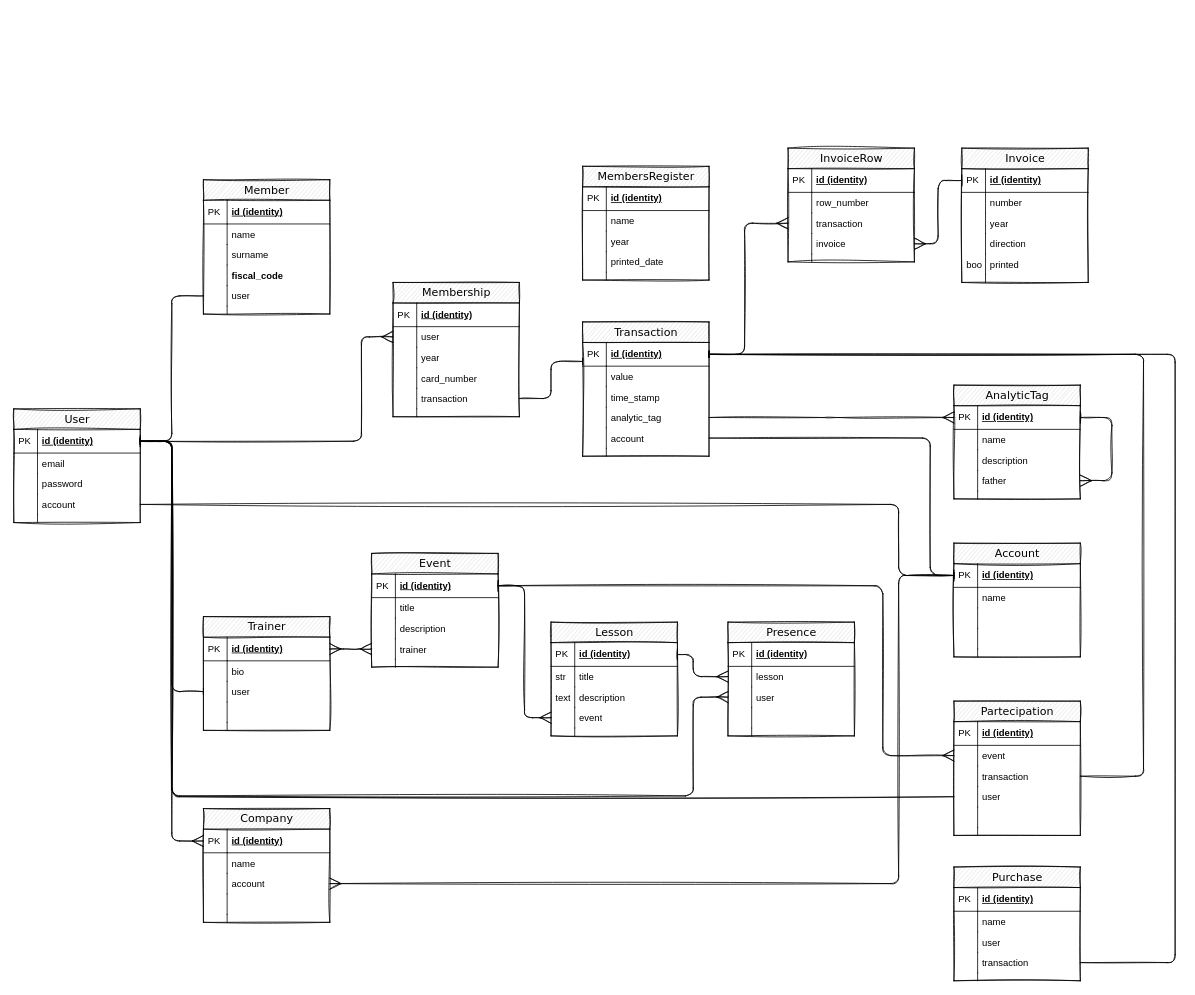
ConoscereLinux/asso-django keeps this draw.io diagram as doc/asso-er.drawio. Above is the earlier version. Source tidied: cells renumbered, new cells numbered last; positions are measured from the earlier drawing's top-left corner, leaving out a move shared by most shapes. Both pictures are drawn from the tidied source at 79%, with x=0, y=0 at pixel (13, 148).
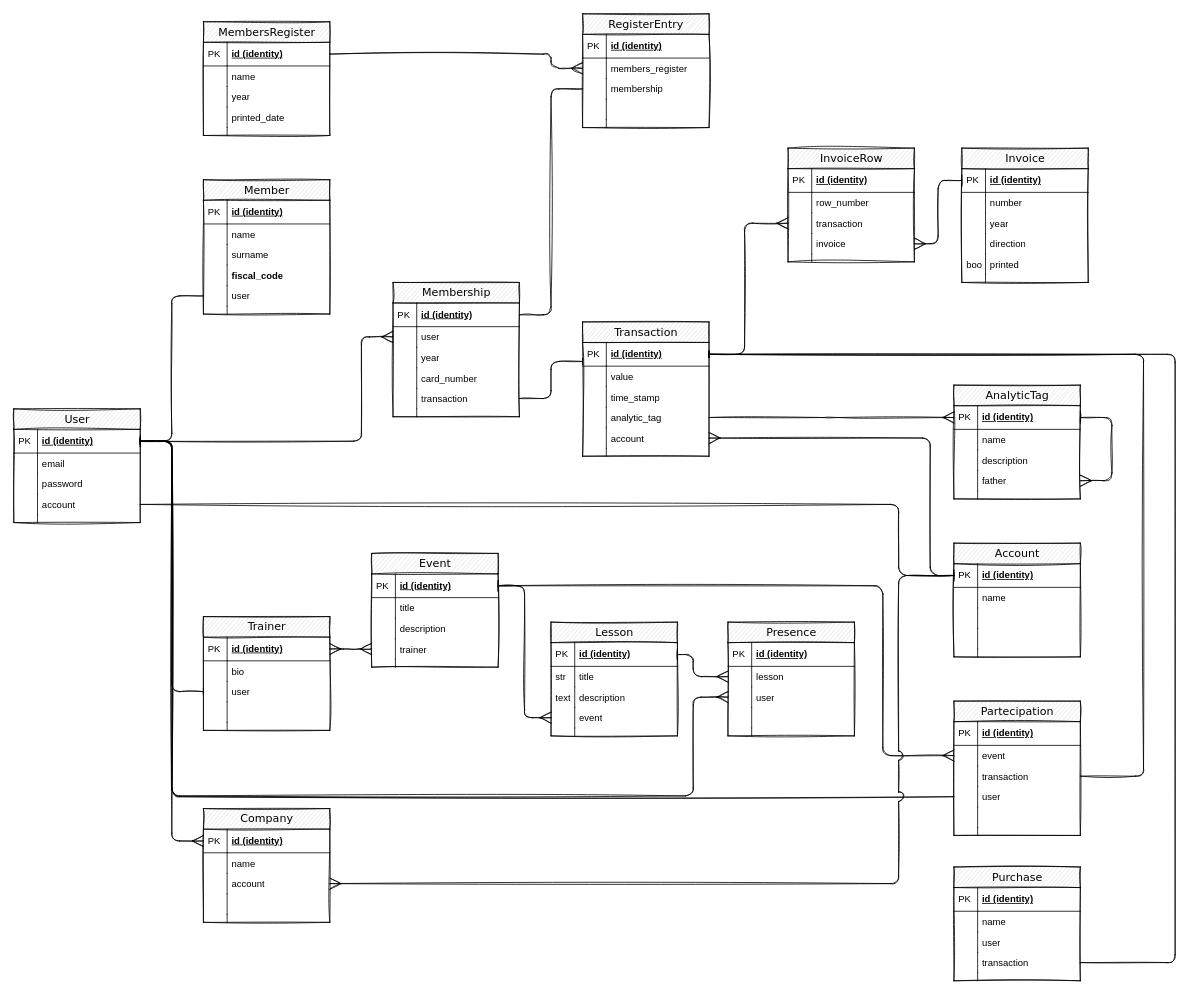
Above is the later version.

Commit message:
Formalizzato un po' meglio il registro dei soci

Unchanged cells that the change refers to:
```xml
<mxCell id="28" value="id (identity)" style="shape=partialRectangle;top=0;left=0;right=0;bottom=1;html=1;align=left;verticalAlign=middle;fillColor=none;spacingLeft=34;spacingRight=4;whiteSpace=wrap;overflow=hidden;points=[[0,0.5],[1,0.5]];portConstraint=eastwest;fontStyle=5;" parent="27" vertex="1">
  <mxGeometry y="26" width="160" height="30" as="geometry" />
</mxCell>
<mxCell id="50" value="account" style="shape=partialRectangle;top=0;left=0;right=0;bottom=0;html=1;align=left;verticalAlign=top;fillColor=none;spacingLeft=34;spacingRight=4;whiteSpace=wrap;overflow=hidden;points=[[0,0.5],[1,0.5]];portConstraint=eastwest;" parent="41" vertex="1">
  <mxGeometry y="134" width="160" height="26" as="geometry" />
</mxCell>
<mxCell id="121" value="id (identity)" style="shape=partialRectangle;top=0;left=0;right=0;bottom=1;html=1;align=left;verticalAlign=middle;fillColor=none;spacingLeft=34;spacingRight=4;whiteSpace=wrap;overflow=hidden;points=[[0,0.5],[1,0.5]];portConstraint=eastwest;fontStyle=5;" parent="120" vertex="1">
  <mxGeometry y="26" width="160" height="30" as="geometry" />
</mxCell>
<mxCell id="134" value="id (identity)" style="shape=partialRectangle;top=0;left=0;right=0;bottom=1;html=1;align=left;verticalAlign=middle;fillColor=none;spacingLeft=34;spacingRight=4;whiteSpace=wrap;overflow=hidden;points=[[0,0.5],[1,0.5]];portConstraint=eastwest;fontStyle=5;" parent="133" vertex="1">
  <mxGeometry y="26" width="160" height="30" as="geometry" />
</mxCell>
<mxCell id="200" value="account" style="shape=partialRectangle;top=0;left=0;right=0;bottom=0;html=1;align=left;verticalAlign=top;fillColor=none;spacingLeft=34;spacingRight=4;whiteSpace=wrap;overflow=hidden;points=[[0,0.5],[1,0.5]];portConstraint=eastwest;" parent="195" vertex="1">
  <mxGeometry y="82" width="160" height="26" as="geometry" />
</mxCell>
```

What changed in the source:
```diff
@@
-    <mxCell id="131" style="edgeStyle=orthogonalEdgeStyle;rounded=1;jettySize=auto;html=1;sketch=1;endArrow=baseDash;endFill=0;" parent="1" edge="1" source="50" target="121">
+    <mxCell id="131" style="edgeStyle=orthogonalEdgeStyle;rounded=1;jettySize=auto;html=1;sketch=1;endArrow=none;endFill=0;startArrow=ERmany;startFill=0;jumpStyle=none;endSize=12;startSize=12;" parent="1" edge="1" source="50" target="121">
       <mxGeometry relative="1" as="geometry">
         <Array as="points">
           <mxPoint x="1160" y="367" />
           <mxPoint x="1160" y="541" />
         </Array>
       </mxGeometry>
     </mxCell>
@@
     <mxCell id="133" value="MembersRegister" style="swimlane;html=1;fontStyle=0;horizontal=1;startSize=26;fillColor=#e0e0e0;swimlaneFillColor=#ffffff;align=center;rounded=0;shadow=0;comic=0;labelBackgroundColor=none;strokeWidth=1;fontFamily=Verdana;fontSize=14;sketch=1;" parent="1" vertex="1">
-      <mxGeometry x="720" y="23" width="160" height="144" as="geometry" />
+      <mxGeometry x="240" y="-160" width="160" height="144" as="geometry" />
     </mxCell>
@@
-    <mxCell id="207" style="edgeStyle=orthogonalEdgeStyle;rounded=1;sketch=1;jettySize=auto;html=1;startArrow=ERmany;startFill=0;endArrow=baseDash;endFill=0;endSize=12;startSize=12;" parent="1" edge="1" source="200" target="121">
+    <mxCell id="207" style="edgeStyle=orthogonalEdgeStyle;rounded=1;sketch=1;jettySize=auto;html=1;startArrow=ERmany;startFill=0;endArrow=baseDash;endFill=0;endSize=12;startSize=12;jumpStyle=arc;jumpSize=12;" parent="1" edge="1" source="200" target="121">
       <mxGeometry relative="1" as="geometry">
         <Array as="points">
           <mxPoint x="1120" y="931" />
           <mxPoint x="1120" y="541" />
         </Array>
       </mxGeometry>
     </mxCell>
+    <mxCell id="208" value="RegisterEntry" style="swimlane;html=1;fontStyle=0;horizontal=1;startSize=26;fillColor=#e0e0e0;swimlaneFillColor=#ffffff;align=center;rounded=0;shadow=0;comic=0;labelBackgroundColor=none;strokeWidth=1;fontFamily=Verdana;fontSize=14;sketch=1;" parent="1" vertex="1">
+      <mxGeometry x="720" y="-170" width="160" height="144" as="geometry" />
+    </mxCell>
+    <mxCell id="209" value="id (identity)" style="shape=partialRectangle;top=0;left=0;right=0;bottom=1;html=1;align=left;verticalAlign=middle;fillColor=none;spacingLeft=34;spacingRight=4;whiteSpace=wrap;overflow=hidden;fontStyle=5;" parent="208" vertex="1">
+      <mxGeometry y="26" width="160" height="30" as="geometry" />
+    </mxCell>
+    <mxCell id="210" value="PK" style="shape=partialRectangle;top=0;left=0;bottom=0;html=1;fillColor=none;align=left;verticalAlign=middle;spacingLeft=4;spacingRight=4;whiteSpace=wrap;overflow=hidden;" parent="209" vertex="1">
+      <mxGeometry width="30" height="30" as="geometry" />
+    </mxCell>
+    <mxCell id="211" value="members_register" style="shape=partialRectangle;top=0;left=0;right=0;bottom=0;html=1;align=left;verticalAlign=top;fillColor=none;spacingLeft=34;spacingRight=4;whiteSpace=wrap;overflow=hidden;points=[[0,0.5],[1,0.5]];portConstraint=eastwest;" parent="208" vertex="1">
+      <mxGeometry y="56" width="160" height="26" as="geometry" />
+    </mxCell>
+    <mxCell id="212" style="shape=partialRectangle;top=0;left=0;bottom=0;html=1;fillColor=none;align=left;verticalAlign=top;spacingLeft=4;spacingRight=4;whiteSpace=wrap;overflow=hidden;" parent="211" vertex="1">
+      <mxGeometry width="30" height="26" as="geometry" />
+    </mxCell>
+    <mxCell id="213" value="membership" style="shape=partialRectangle;top=0;left=0;right=0;bottom=0;html=1;align=left;verticalAlign=top;fillColor=none;spacingLeft=34;spacingRight=4;whiteSpace=wrap;overflow=hidden;points=[[0,0.5],[1,0.5]];portConstraint=eastwest;" parent="208" vertex="1">
+      <mxGeometry y="82" width="160" height="26" as="geometry" />
+    </mxCell>
+    <mxCell id="214" style="shape=partialRectangle;top=0;left=0;bottom=0;html=1;fillColor=none;align=left;verticalAlign=top;spacingLeft=4;spacingRight=4;whiteSpace=wrap;overflow=hidden;" parent="213" vertex="1">
+      <mxGeometry width="30" height="26" as="geometry" />
+    </mxCell>
+    <mxCell id="215" style="shape=partialRectangle;top=0;left=0;right=0;bottom=0;html=1;align=left;verticalAlign=top;fillColor=none;spacingLeft=34;spacingRight=4;whiteSpace=wrap;overflow=hidden;" parent="208" vertex="1">
+      <mxGeometry y="108" width="160" height="26" as="geometry" />
+    </mxCell>
+    <mxCell id="216" style="shape=partialRectangle;top=0;left=0;bottom=0;html=1;fillColor=none;align=left;verticalAlign=top;spacingLeft=4;spacingRight=4;whiteSpace=wrap;overflow=hidden;" parent="215" vertex="1">
+      <mxGeometry width="30" height="26" as="geometry" />
+    </mxCell>
+    <mxCell id="217" style="shape=partialRectangle;top=0;left=0;right=0;bottom=0;html=1;align=left;verticalAlign=top;fillColor=none;spacingLeft=34;spacingRight=4;whiteSpace=wrap;overflow=hidden;" parent="208" vertex="1">
+      <mxGeometry y="134" width="160" height="10" as="geometry" />
+    </mxCell>
+    <mxCell id="218" style="shape=partialRectangle;top=0;left=0;bottom=0;html=1;fillColor=none;align=left;verticalAlign=top;spacingLeft=4;spacingRight=4;whiteSpace=wrap;overflow=hidden;" parent="217" vertex="1">
+      <mxGeometry width="30" height="10" as="geometry" />
+    </mxCell>
+    <mxCell id="219" style="edgeStyle=orthogonalEdgeStyle;rounded=1;jettySize=auto;html=1;sketch=1;curveFitting=1;jiggle=2;shadow=0;endArrow=none;endFill=0;" parent="1" edge="1" source="213" target="28">
+      <mxGeometry x="-0.06" y="-35" relative="1" as="geometry">
+        <Array as="points">
+          <mxPoint x="680" y="-75" />
+          <mxPoint x="680" y="211" />
+        </Array>
+      </mxGeometry>
+    </mxCell>
+    <mxCell id="220" style="edgeStyle=orthogonalEdgeStyle;rounded=1;jettySize=auto;html=1;sketch=1;curveFitting=1;jiggle=2;endArrow=none;endFill=0;startArrow=ERmany;startFill=0;endSize=12;startSize=12;targetPerimeterSpacing=0;sourcePerimeterSpacing=0;" parent="1" edge="1" source="211" target="134">
+      <mxGeometry relative="1" as="geometry">
+        <Array as="points">
+          <mxPoint x="680" y="-101" />
+          <mxPoint x="680" y="-119" />
+        </Array>
+      </mxGeometry>
+    </mxCell>
```
